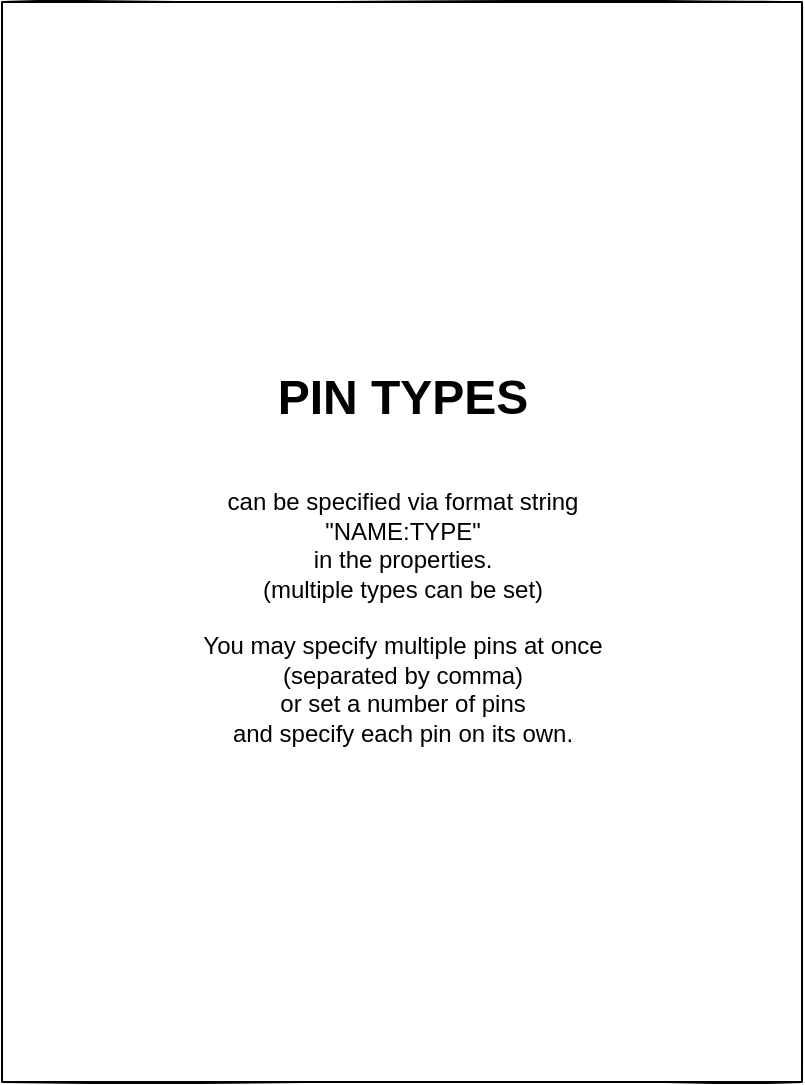
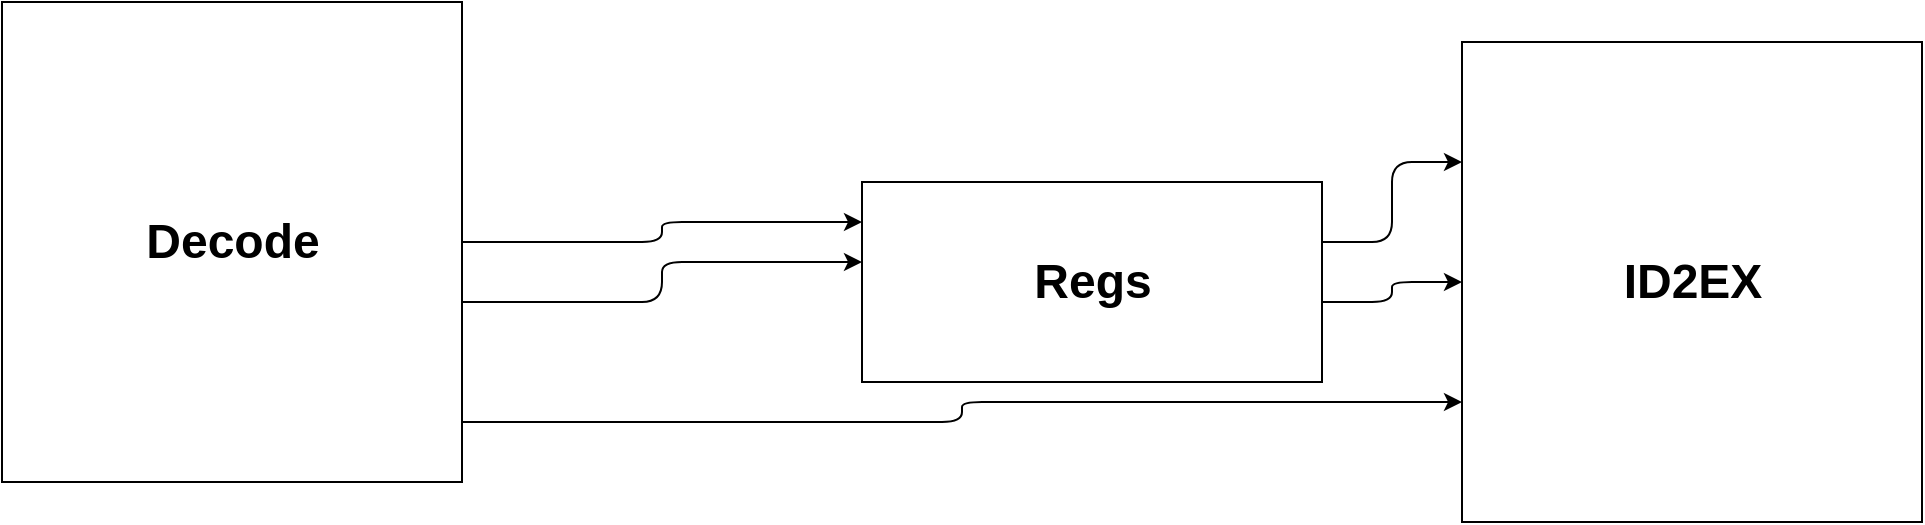
<mxfile host="65bd71144e">
    <diagram id="rqatVq7NdOueRoCgrMgU" name="Page-1">
-         <mxGraphModel dx="807" dy="428" grid="1" gridSize="10" guides="1" tooltips="1" connect="1" arrows="1" fold="1" page="1" pageScale="1" pageWidth="850" pageHeight="1100" math="0" shadow="0">
+         <mxGraphModel dx="1380" dy="785" grid="1" gridSize="10" guides="1" tooltips="1" connect="1" arrows="1" fold="1" page="1" pageScale="1" pageWidth="3300" pageHeight="4681" math="0" shadow="0">
            <root>
                <mxCell id="0"/>
                <mxCell id="1" parent="0"/>
-                 <mxCell id="9" value="&lt;h1&gt;PIN TYPES&lt;/h1&gt;&lt;br&gt;can be specified via format string&lt;br&gt;&quot;NAME:TYPE&quot;&lt;br&gt;in the properties.&lt;br&gt;(multiple types can be set)&lt;br&gt;&lt;br&gt;You may specify multiple pins at once&lt;br&gt;(separated by comma)&lt;br&gt;or set a number of pins&lt;br&gt;and specify each pin on its own." style="externalPins=0;recursiveResize=0;shadow=0;dashed=0;align=center;html=1;strokeWidth=1;shape=mxgraph.rtl.abstract.entity;container=1;collapsible=0;drawPins=1;leftArr=no style,input:i,input:in,clock:c,clock:clk,clock:clock,negated clock:nclk,negated clock:nclock,not connected:nc;rightArr=output:o,output:out,input%2Foutput%3Aio,input/output:inout,multiple%20types%3Anc%3An%3Aclk;left=9;right=5;topArr=1,2,3,4;top=you,may,set,multiple,pins,at,once;bottom=6;bottomArr=no pin:no,no pin:np,no pin:nopin,negated:n,negated:neg,negated:not;topRot=240;topAnchor=right;bottomRot=30;sketch=1;" parent="1" vertex="1">
-                     <mxGeometry x="225" y="210" width="400" height="540" as="geometry"/>
+                 <mxCell id="25" value="&lt;h1&gt;Decode&lt;/h1&gt;" style="externalPins=0;recursiveResize=0;shadow=0;dashed=0;align=center;html=1;strokeWidth=1;shape=mxgraph.rtl.abstract.entity;container=1;collapsible=0;drawPins=1;leftArr=inst%3Ain;rightArr=opcode%3Aout,funct3%3Aout,funct7%3Aout,rs1_addr%3Aout,rs2_addr%3Aout,rd_addr%3Aout,imm%3Aout;left=1;right=7;topArr=1,2,3,4;top=0;bottom=0;bottomArr=no pin:no,no pin:np,no pin:nopin,negated:n,negated:neg,negated:not;topRot=240;topAnchor=right;bottomRot=30;" vertex="1" parent="1">
+                     <mxGeometry x="340" y="240" width="230" height="240" as="geometry"/>
+                 </mxCell>
+                 <mxCell id="27" value="&lt;h1&gt;Regs&lt;/h1&gt;" style="externalPins=0;recursiveResize=0;shadow=0;dashed=0;align=center;html=1;strokeWidth=1;shape=mxgraph.rtl.abstract.entity;container=1;collapsible=0;drawPins=1;leftArr=rs1_addr%3Ain,rs2_addr%3Ain,nrst%3An,clock:c;rightArr=rs1_data%3Aout,rs2_data%3Aout,input/output:io,input%2Foutput%3Ainout,multiple types:nc:n:clk;left=4;right=2;topArr=1,2,3,4;top=0;bottom=0;bottomArr=no pin:no,no pin:np,no pin:nopin,negated:n,negated:neg,negated:not;topRot=240;topAnchor=right;bottomRot=30;" vertex="1" parent="1">
+                     <mxGeometry x="770" y="330" width="230" height="100" as="geometry"/>
+                 </mxCell>
+                 <mxCell id="28" style="edgeStyle=orthogonalEdgeStyle;html=1;exitX=0;exitY=0;exitDx=230;exitDy=120;exitPerimeter=0;entryX=0;entryY=0;entryDx=0;entryDy=20;entryPerimeter=0;" edge="1" parent="1" source="25" target="27">
+                     <mxGeometry relative="1" as="geometry"/>
+                 </mxCell>
+                 <mxCell id="29" style="edgeStyle=orthogonalEdgeStyle;html=1;exitX=0;exitY=0;exitDx=230;exitDy=150;exitPerimeter=0;entryX=0;entryY=0;entryDx=0;entryDy=40;entryPerimeter=0;" edge="1" parent="1" source="25" target="27">
+                     <mxGeometry relative="1" as="geometry"/>
+                 </mxCell>
+                 <mxCell id="30" value="&lt;h1&gt;ID2EX&lt;/h1&gt;" style="externalPins=0;recursiveResize=0;shadow=0;dashed=0;align=center;html=1;strokeWidth=1;shape=mxgraph.rtl.abstract.entity;container=1;collapsible=0;drawPins=1;leftArr=rs1_data%3Ain,rs2_data%3Ain,imm%3Ain;rightArr=opcode%3Aout,funct3%3Aout,funct7%3Aout,rs1_addr%3Aout,rs2_addr%3Aout,rd_addr%3Aout,imm%3Aout;left=3;right=7;topArr=1,2,3,4;top=0;bottom=0;bottomArr=no pin:no,no pin:np,no pin:nopin,negated:n,negated:neg,negated:not;topRot=240;topAnchor=right;bottomRot=30;" vertex="1" parent="1">
+                     <mxGeometry x="1070" y="260" width="230" height="240" as="geometry"/>
+                 </mxCell>
+                 <mxCell id="31" style="edgeStyle=orthogonalEdgeStyle;html=1;exitX=0;exitY=0;exitDx=230;exitDy=30;exitPerimeter=0;entryX=0;entryY=0;entryDx=0;entryDy=60;entryPerimeter=0;" edge="1" parent="1" source="27" target="30">
+                     <mxGeometry relative="1" as="geometry"/>
+                 </mxCell>
+                 <mxCell id="32" style="edgeStyle=orthogonalEdgeStyle;html=1;exitX=0;exitY=0;exitDx=230;exitDy=60;exitPerimeter=0;entryX=0;entryY=0;entryDx=0;entryDy=120;entryPerimeter=0;" edge="1" parent="1" source="27" target="30">
+                     <mxGeometry relative="1" as="geometry"/>
+                 </mxCell>
+                 <mxCell id="33" style="edgeStyle=orthogonalEdgeStyle;html=1;exitX=0;exitY=0;exitDx=230;exitDy=210;exitPerimeter=0;entryX=0;entryY=0;entryDx=0;entryDy=180;entryPerimeter=0;" edge="1" parent="1" source="25" target="30">
+                     <mxGeometry relative="1" as="geometry"/>
                </mxCell>
            </root>
        </mxGraphModel>
    </diagram>
</mxfile>